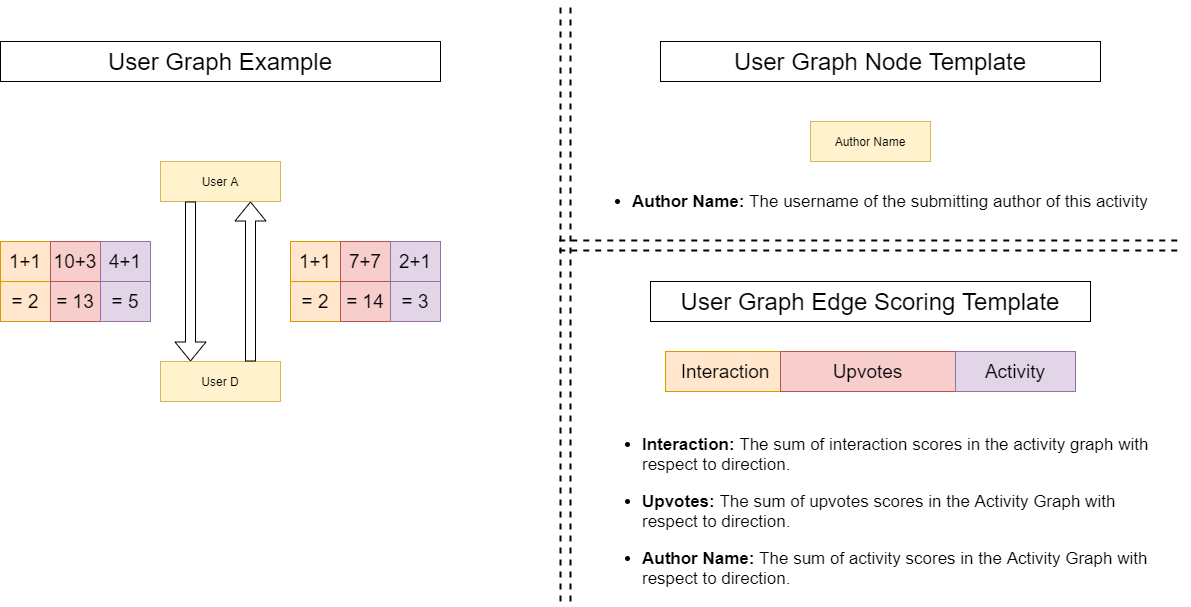
MohammedGuniem/social-media-influence-analyzer keeps this draw.io diagram as docs/figures/figures/User_Graph_one_submission.png. Above is the earlier version. Source tidied: cells renumbered, new cells last; positions are measured from the earlier drawing's top-left corner, leaving out a move shared by most shapes.
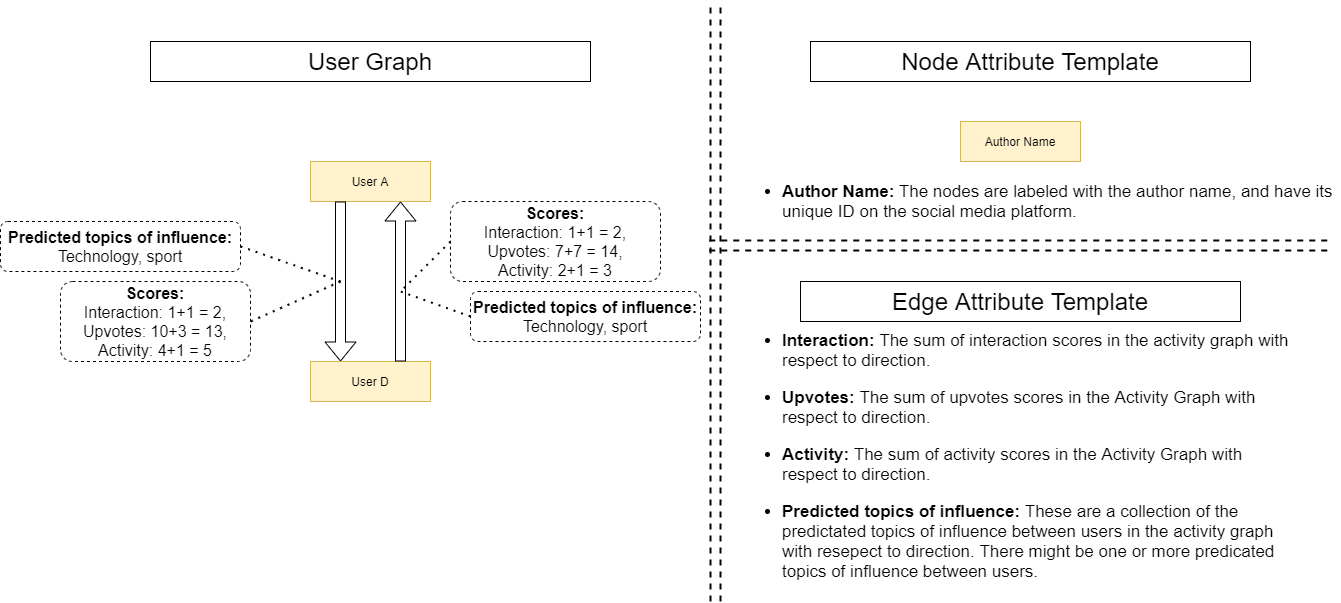
The same file after the commit.

Commit message:
edited the graph plots and example models for one submission to include predicated topic

Change to the diagram source:
```diff
@@ -25,34 +25,16 @@
         <mxPoint x="570" as="targetPoint" />
       </mxGeometry>
     </mxCell>
-    <mxCell id="7" value="&lt;font style=&quot;font-size: 24px&quot;&gt;User Graph Node Template&lt;/font&gt;" style="text;html=1;fillColor=none;align=center;verticalAlign=middle;whiteSpace=wrap;rounded=0;strokeColor=#000000;" parent="1" vertex="1">
+    <mxCell id="7" value="&lt;span style=&quot;font-size: 24px&quot;&gt;Node Attribute Template&lt;/span&gt;" style="text;html=1;fillColor=none;align=center;verticalAlign=middle;whiteSpace=wrap;rounded=0;strokeColor=#000000;" parent="1" vertex="1">
       <mxGeometry x="660" y="40" width="440" height="40" as="geometry" />
     </mxCell>
-    <mxCell id="8" value="&lt;font style=&quot;font-size: 24px&quot;&gt;User Graph Example&lt;/font&gt;" style="text;html=1;fillColor=none;align=center;verticalAlign=middle;whiteSpace=wrap;rounded=0;strokeColor=#000000;" parent="1" vertex="1">
+    <mxCell id="8" value="&lt;font style=&quot;font-size: 24px&quot;&gt;User Graph&lt;/font&gt;" style="text;html=1;fillColor=none;align=center;verticalAlign=middle;whiteSpace=wrap;rounded=0;strokeColor=#000000;" parent="1" vertex="1">
       <mxGeometry y="40" width="440" height="40" as="geometry" />
     </mxCell>
-    <mxCell id="9" value="&lt;font style=&quot;font-size: 24px&quot;&gt;User Graph Edge Scoring Template&lt;/font&gt;" style="text;html=1;fillColor=none;align=center;verticalAlign=middle;whiteSpace=wrap;rounded=0;strokeColor=#000000;" parent="1" vertex="1">
+    <mxCell id="9" value="&lt;font style=&quot;font-size: 24px&quot;&gt;Edge&amp;nbsp;&lt;/font&gt;&lt;span style=&quot;font-size: 24px&quot;&gt;Attribute Template&lt;/span&gt;" style="text;html=1;fillColor=none;align=center;verticalAlign=middle;whiteSpace=wrap;rounded=0;strokeColor=#000000;" parent="1" vertex="1">
       <mxGeometry x="650" y="280" width="440" height="40" as="geometry" />
     </mxCell>
-    <mxCell id="10" value="Interaction" style="text;html=1;fillColor=#ffe6cc;align=center;verticalAlign=middle;whiteSpace=wrap;rounded=0;strokeColor=#d79b00;fontSize=19;" parent="1" vertex="1">
-      <mxGeometry x="665" y="350" width="120" height="40" as="geometry" />
-    </mxCell>
-    <mxCell id="11" value="Upvotes" style="text;html=1;fillColor=#f8cecc;align=center;verticalAlign=middle;whiteSpace=wrap;rounded=0;fontSize=19;strokeColor=#b85450;" parent="1" vertex="1">
-      <mxGeometry x="780" y="350" width="175" height="40" as="geometry" />
-    </mxCell>
-    <mxCell id="12" value="Activity" style="text;html=1;fillColor=#e1d5e7;align=center;verticalAlign=middle;whiteSpace=wrap;rounded=0;strokeColor=#9673a6;fontSize=19;" parent="1" vertex="1">
-      <mxGeometry x="955" y="350" width="120" height="40" as="geometry" />
-    </mxCell>
-    <mxCell id="13" value="1+1" style="rounded=0;whiteSpace=wrap;html=1;fontSize=19;strokeColor=#d79b00;fillColor=#ffe6cc;" parent="1" vertex="1">
-      <mxGeometry y="240" width="50" height="40" as="geometry" />
-    </mxCell>
-    <mxCell id="14" value="10+3" style="rounded=0;whiteSpace=wrap;html=1;fontSize=19;strokeColor=#b85450;fillColor=#f8cecc;" parent="1" vertex="1">
-      <mxGeometry x="50" y="240" width="50" height="40" as="geometry" />
-    </mxCell>
-    <mxCell id="15" value="4+1" style="rounded=0;whiteSpace=wrap;html=1;fontSize=19;strokeColor=#9673a6;fillColor=#e1d5e7;" parent="1" vertex="1">
-      <mxGeometry x="100" y="240" width="50" height="40" as="geometry" />
-    </mxCell>
-    <mxCell id="16" value="&lt;ul style=&quot;font-size: 17px&quot;&gt;&lt;li style=&quot;font-size: 17px&quot;&gt;&lt;font style=&quot;font-size: 17px&quot;&gt;&lt;b&gt;Author Name:&lt;/b&gt; The username of the submitting author of this activity&amp;nbsp;&lt;/font&gt;&lt;/li&gt;&lt;/ul&gt;" style="text;html=1;strokeColor=none;fillColor=none;align=left;verticalAlign=middle;whiteSpace=wrap;rounded=0;fontSize=17;" parent="1" vertex="1">
+    <mxCell id="16" value="&lt;ul style=&quot;font-size: 17px&quot;&gt;&lt;li style=&quot;font-size: 17px&quot;&gt;&lt;font style=&quot;font-size: 17px&quot;&gt;&lt;b&gt;Author Name:&lt;/b&gt;&amp;nbsp;The nodes are labeled with the author name, and have its unique ID on the social media platform.&lt;/font&gt;&lt;/li&gt;&lt;/ul&gt;" style="text;html=1;strokeColor=none;fillColor=none;align=left;verticalAlign=middle;whiteSpace=wrap;rounded=0;fontSize=17;" parent="1" vertex="1">
       <mxGeometry x="590" y="180" width="600" height="40" as="geometry" />
     </mxCell>
     <mxCell id="17" style="endArrow=none;dashed=1;html=1;strokeWidth=2;" parent="1" edge="1">
@@ -67,8 +49,8 @@
         <mxPoint x="1181.2" y="249" as="targetPoint" />
       </mxGeometry>
     </mxCell>
-    <mxCell id="19" value="&lt;ul style=&quot;font-size: 17px&quot;&gt;&lt;li&gt;&lt;font style=&quot;font-size: 17px&quot;&gt;&lt;b&gt;Interaction: &lt;/b&gt;The sum of interaction scores in the activity graph with respect to direction.&lt;/font&gt;&lt;/li&gt;&lt;/ul&gt;&lt;ul style=&quot;font-size: 17px&quot;&gt;&lt;li&gt;&lt;font style=&quot;font-size: 17px&quot;&gt;&lt;b&gt;Upvotes: &lt;/b&gt;The sum of upvotes scores in the Activity Graph with respect to direction.&lt;/font&gt;&lt;/li&gt;&lt;/ul&gt;&lt;ul style=&quot;font-size: 17px&quot;&gt;&lt;li&gt;&lt;font style=&quot;font-size: 17px&quot;&gt;&lt;b&gt;Author Name: &lt;/b&gt;The sum of activity scores in the Activity Graph with respect to direction.&lt;/font&gt;&lt;/li&gt;&lt;/ul&gt;" style="text;html=1;strokeColor=none;fillColor=none;align=left;verticalAlign=middle;whiteSpace=wrap;rounded=0;" parent="1" vertex="1">
-      <mxGeometry x="600" y="415" width="560" height="190" as="geometry" />
+    <mxCell id="19" value="&lt;ul style=&quot;font-size: 17px&quot;&gt;&lt;li&gt;&lt;font style=&quot;font-size: 17px&quot;&gt;&lt;b&gt;Interaction: &lt;/b&gt;The sum of interaction scores in the activity graph with respect to direction.&lt;/font&gt;&lt;/li&gt;&lt;/ul&gt;&lt;ul style=&quot;font-size: 17px&quot;&gt;&lt;li&gt;&lt;font style=&quot;font-size: 17px&quot;&gt;&lt;b&gt;Upvotes: &lt;/b&gt;The sum of upvotes scores in the Activity Graph with respect to direction.&lt;/font&gt;&lt;/li&gt;&lt;/ul&gt;&lt;ul style=&quot;font-size: 17px&quot;&gt;&lt;li&gt;&lt;b&gt;Activity:&amp;nbsp;&lt;/b&gt;The sum of activity scores in the Activity Graph with respect to direction.&lt;/li&gt;&lt;/ul&gt;&lt;ul style=&quot;font-size: 17px&quot;&gt;&lt;li&gt;&lt;b&gt;Predicted topics of influence: &lt;/b&gt;These are a collection of the predictated topics of influence between users in the activity graph with resepect to direction. There might be one or more predicated topics of influence between users.&lt;/li&gt;&lt;/ul&gt;" style="text;html=1;strokeColor=none;fillColor=none;align=left;verticalAlign=middle;whiteSpace=wrap;rounded=0;" parent="1" vertex="1">
+      <mxGeometry x="590" y="360" width="560" height="190" as="geometry" />
     </mxCell>
     <mxCell id="20" value="User D" style="rounded=0;whiteSpace=wrap;html=1;fillColor=#fff2cc;strokeColor=#d6b656;" parent="1" vertex="1">
       <mxGeometry x="160" y="360" width="120" height="40" as="geometry" />
@@ -76,32 +58,37 @@
     <mxCell id="21" style="shape=flexArrow;endArrow=classic;html=1;exitX=0.75;exitY=0;exitDx=0;exitDy=0;entryX=0.75;entryY=1;entryDx=0;entryDy=0;" parent="1" edge="1" source="20" target="3">
       <mxGeometry relative="1" as="geometry" />
     </mxCell>
-    <mxCell id="22" value="1+1" style="rounded=0;whiteSpace=wrap;html=1;fontSize=19;strokeColor=#d79b00;fillColor=#ffe6cc;" parent="1" vertex="1">
-      <mxGeometry x="290" y="240" width="50" height="40" as="geometry" />
-    </mxCell>
-    <mxCell id="23" value="7+7" style="rounded=0;whiteSpace=wrap;html=1;fontSize=19;strokeColor=#b85450;fillColor=#f8cecc;" parent="1" vertex="1">
-      <mxGeometry x="340" y="240" width="50" height="40" as="geometry" />
-    </mxCell>
-    <mxCell id="24" value="2+1" style="rounded=0;whiteSpace=wrap;html=1;fontSize=19;strokeColor=#9673a6;fillColor=#e1d5e7;" parent="1" vertex="1">
-      <mxGeometry x="390" y="240" width="50" height="40" as="geometry" />
-    </mxCell>
-    <mxCell id="25" value="= 2" style="rounded=0;whiteSpace=wrap;html=1;fontSize=19;strokeColor=#d79b00;fillColor=#ffe6cc;" parent="1" vertex="1">
-      <mxGeometry x="290" y="280" width="50" height="40" as="geometry" />
-    </mxCell>
-    <mxCell id="26" value="= 14" style="rounded=0;whiteSpace=wrap;html=1;fontSize=19;strokeColor=#b85450;fillColor=#f8cecc;" parent="1" vertex="1">
-      <mxGeometry x="340" y="280" width="50" height="40" as="geometry" />
-    </mxCell>
-    <mxCell id="27" value="= 3" style="rounded=0;whiteSpace=wrap;html=1;fontSize=19;strokeColor=#9673a6;fillColor=#e1d5e7;" parent="1" vertex="1">
-      <mxGeometry x="390" y="280" width="50" height="40" as="geometry" />
-    </mxCell>
-    <mxCell id="28" value="= 2" style="rounded=0;whiteSpace=wrap;html=1;fontSize=19;strokeColor=#d79b00;fillColor=#ffe6cc;" parent="1" vertex="1">
-      <mxGeometry y="280" width="50" height="40" as="geometry" />
-    </mxCell>
-    <mxCell id="29" value="= 13" style="rounded=0;whiteSpace=wrap;html=1;fontSize=19;strokeColor=#b85450;fillColor=#f8cecc;" parent="1" vertex="1">
-      <mxGeometry x="50" y="280" width="50" height="40" as="geometry" />
-    </mxCell>
-    <mxCell id="30" value="= 5" style="rounded=0;whiteSpace=wrap;html=1;fontSize=19;strokeColor=#9673a6;fillColor=#e1d5e7;" parent="1" vertex="1">
-      <mxGeometry x="100" y="280" width="50" height="40" as="geometry" />
-    </mxCell>
+    <mxCell id="31" style="endArrow=none;dashed=1;html=1;dashPattern=1 3;strokeWidth=2;entryX=1;entryY=0.5;entryDx=0;entryDy=0;" parent="1" edge="1" target="32">
+      <mxGeometry relative="1" as="geometry">
+        <mxPoint x="190" y="280" as="sourcePoint" />
+      </mxGeometry>
+    </mxCell>
+    <mxCell id="32" value="&lt;b&gt;Scores:&lt;/b&gt;&lt;br style=&quot;font-size: 16px&quot;&gt;Interaction: 1+1 = 2,&lt;br style=&quot;font-size: 16px&quot;&gt;Upvotes: 10+3 = 13,&lt;br style=&quot;font-size: 16px&quot;&gt;Activity: 4+1 = 5" style="rounded=1;whiteSpace=wrap;html=1;dashed=1;fontSize=16;" parent="1" vertex="1">
+      <mxGeometry x="-90" y="280" width="190" height="80" as="geometry" />
+    </mxCell>
+    <mxCell id="33" value="&lt;b&gt;Scores:&lt;/b&gt;&lt;br style=&quot;font-size: 16px&quot;&gt;Interaction: 1+1 = 2,&lt;br style=&quot;font-size: 16px&quot;&gt;Upvotes: 7+7 = 14,&lt;br style=&quot;font-size: 16px&quot;&gt;Activity: 2+1 = 3" style="rounded=1;whiteSpace=wrap;html=1;dashed=1;fontSize=16;" parent="1" vertex="1">
+      <mxGeometry x="300" y="200" width="210" height="80" as="geometry" />
+    </mxCell>
+    <mxCell id="34" style="endArrow=none;dashed=1;html=1;dashPattern=1 3;strokeWidth=2;exitX=0;exitY=0.5;exitDx=0;exitDy=0;" parent="1" edge="1" source="33">
+      <mxGeometry relative="1" as="geometry">
+        <mxPoint x="250" y="290" as="targetPoint" />
+      </mxGeometry>
+    </mxCell>
+    <mxCell id="35" value="&lt;b&gt;Predicted topics of influence:&lt;/b&gt;&lt;br style=&quot;font-size: 16px&quot;&gt;Technology, sport" style="rounded=1;whiteSpace=wrap;html=1;dashed=1;fontSize=16;" parent="1" vertex="1">
+      <mxGeometry x="-150" y="220" width="240" height="50" as="geometry" />
+    </mxCell>
+    <mxCell id="36" style="endArrow=none;dashed=1;html=1;dashPattern=1 3;strokeWidth=2;entryX=1;entryY=0.5;entryDx=0;entryDy=0;" parent="1" edge="1" target="35">
+      <mxGeometry relative="1" as="geometry">
+        <mxPoint x="190" y="280" as="sourcePoint" />
+      </mxGeometry>
+    </mxCell>
+    <mxCell id="37" value="&lt;b&gt;Predicted topics of influence:&lt;/b&gt;&lt;br style=&quot;font-size: 16px&quot;&gt;Technology, sport" style="rounded=1;whiteSpace=wrap;html=1;dashed=1;fontSize=16;" parent="1" vertex="1">
+      <mxGeometry x="320" y="290" width="230" height="50" as="geometry" />
+    </mxCell>
+    <mxCell id="38" style="endArrow=none;dashed=1;html=1;dashPattern=1 3;strokeWidth=2;exitX=0;exitY=0.5;exitDx=0;exitDy=0;" parent="1" edge="1" source="37">
+      <mxGeometry relative="1" as="geometry">
+        <mxPoint x="250" y="290" as="targetPoint" />
+      </mxGeometry>
+    </mxCell>
   </root>
 </mxGraphModel>
```
